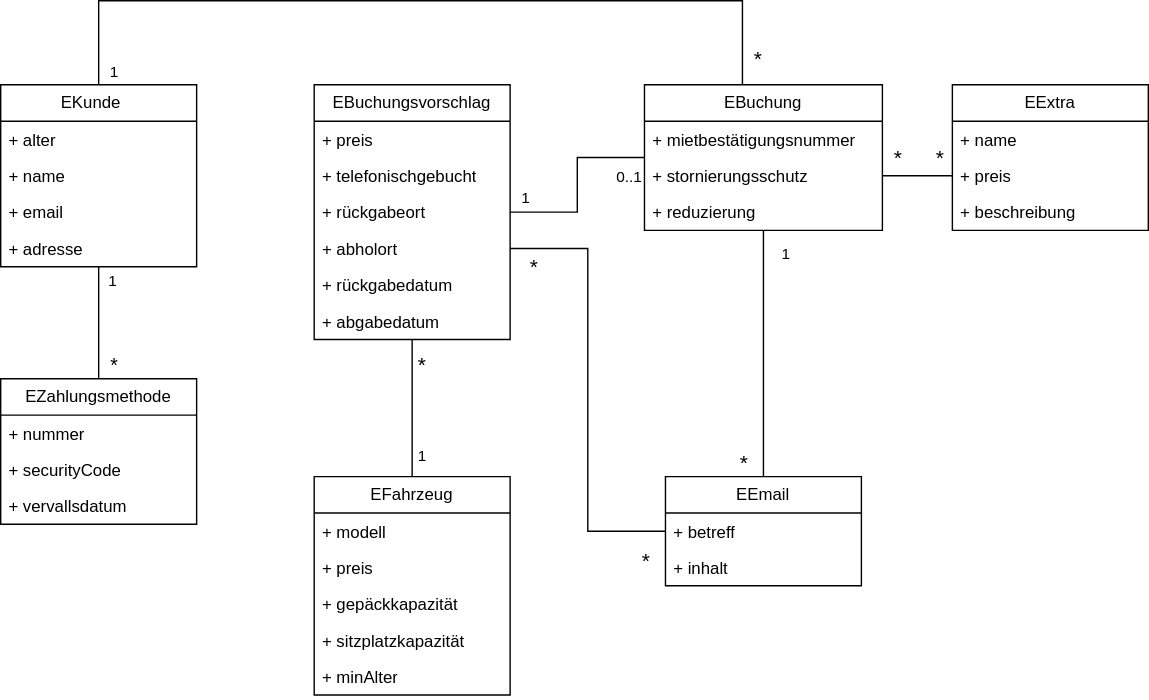
MassimiIiano/software-eng-projects-uni keeps this draw.io diagram as sw-eng-04.drawio.svg. Above is the earlier version. Source tidied: cells renumbered, new cells last; positions are measured from the earlier drawing's top-left corner, leaving out a move shared by most shapes.
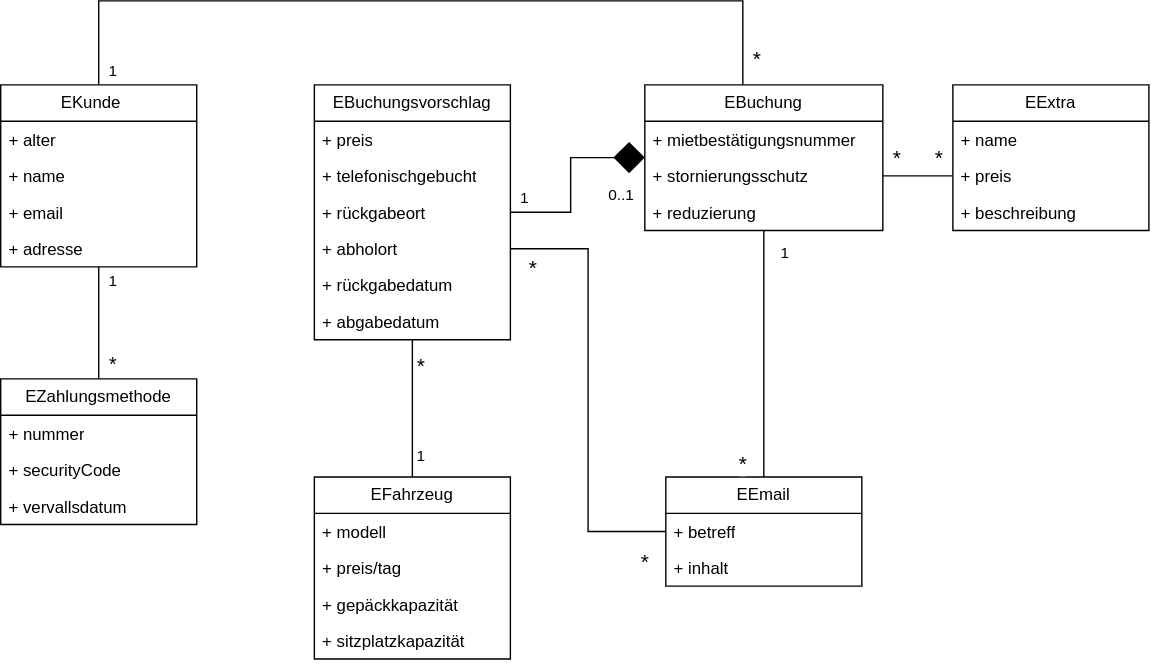
Above is the later version.

What changed in the source:
```diff
@@ -119,12 +119,12 @@
       </mxGeometry>
     </mxCell>
     <mxCell id="35" value="EFahrzeug" style="swimlane;fontStyle=0;horizontal=1;startSize=26;fillColor=none;whiteSpace=wrap;html=1;" parent="1" vertex="1">
-      <mxGeometry x="224" y="340" width="140" height="156" as="geometry" />
+      <mxGeometry x="224" y="340" width="140" height="130" as="geometry" />
     </mxCell>
     <mxCell id="36" value="+ modell" style="text;strokeColor=none;fillColor=none;align=left;verticalAlign=top;spacingLeft=4;spacingRight=4;overflow=hidden;whiteSpace=wrap;html=1;" parent="35" vertex="1">
       <mxGeometry y="26" width="140" height="26" as="geometry" />
     </mxCell>
-    <mxCell id="37" value="+ preis" style="text;strokeColor=none;fillColor=none;align=left;verticalAlign=top;spacingLeft=4;spacingRight=4;overflow=hidden;whiteSpace=wrap;html=1;" parent="35" vertex="1">
+    <mxCell id="37" value="+ preis/tag" style="text;strokeColor=none;fillColor=none;align=left;verticalAlign=top;spacingLeft=4;spacingRight=4;overflow=hidden;whiteSpace=wrap;html=1;" parent="35" vertex="1">
       <mxGeometry y="52" width="140" height="26" as="geometry" />
     </mxCell>
     <mxCell id="38" value="+ gepäckkapazität" style="text;strokeColor=none;fillColor=none;align=left;verticalAlign=top;spacingLeft=4;spacingRight=4;overflow=hidden;whiteSpace=wrap;html=1;" parent="35" vertex="1">
@@ -133,9 +133,6 @@
     <mxCell id="39" value="+ sitzplatzkapazität" style="text;strokeColor=none;fillColor=none;align=left;verticalAlign=top;spacingLeft=4;spacingRight=4;overflow=hidden;whiteSpace=wrap;html=1;" parent="35" vertex="1">
       <mxGeometry y="104" width="140" height="26" as="geometry" />
     </mxCell>
-    <mxCell id="40" value="+ minAlter" style="text;strokeColor=none;fillColor=none;align=left;verticalAlign=top;spacingLeft=4;spacingRight=4;overflow=hidden;whiteSpace=wrap;html=1;" parent="35" vertex="1">
-      <mxGeometry y="130" width="140" height="26" as="geometry" />
-    </mxCell>
     <mxCell id="41" value="EExtra" style="swimlane;fontStyle=0;horizontal=1;startSize=26;fillColor=none;whiteSpace=wrap;html=1;" parent="1" vertex="1">
       <mxGeometry x="680" y="60" width="140" height="104" as="geometry" />
     </mxCell>
@@ -148,12 +145,12 @@
     <mxCell id="44" value="+ beschreibung" style="text;strokeColor=none;fillColor=none;align=left;verticalAlign=top;spacingLeft=4;spacingRight=4;overflow=hidden;whiteSpace=wrap;html=1;" parent="41" vertex="1">
       <mxGeometry y="78" width="140" height="26" as="geometry" />
     </mxCell>
-    <mxCell id="45" style="edgeStyle=orthogonalEdgeStyle;rounded=0;jettySize=auto;html=1;endArrow=none;endFill=0;endSize=20;" parent="1" edge="1" source="16" target="28">
+    <mxCell id="45" style="edgeStyle=orthogonalEdgeStyle;rounded=0;jettySize=auto;html=1;endArrow=diamond;endFill=1;endSize=20;" parent="1" edge="1" source="16" target="28">
       <mxGeometry relative="1" as="geometry" />
     </mxCell>
     <mxCell id="46" value="0..1" style="edgeLabel;html=1;align=center;verticalAlign=middle;fontFamily=Helvetica;fontSize=11;fontColor=default;labelBackgroundColor=default;" parent="45" vertex="1">
       <mxGeometry x="-0.15" y="-1" relative="1" as="geometry">
-        <mxPoint x="35" y="-16" as="offset" />
+        <mxPoint x="35" y="2" as="offset" />
       </mxGeometry>
     </mxCell>
     <mxCell id="47" style="edgeStyle=orthogonalEdgeStyle;rounded=0;jettySize=auto;html=1;exitX=1;exitY=0.5;exitDx=0;exitDy=0;entryX=0;entryY=0.5;entryDx=0;entryDy=0;endArrow=none;endFill=0;" parent="1" edge="1" source="20" target="26">
```
